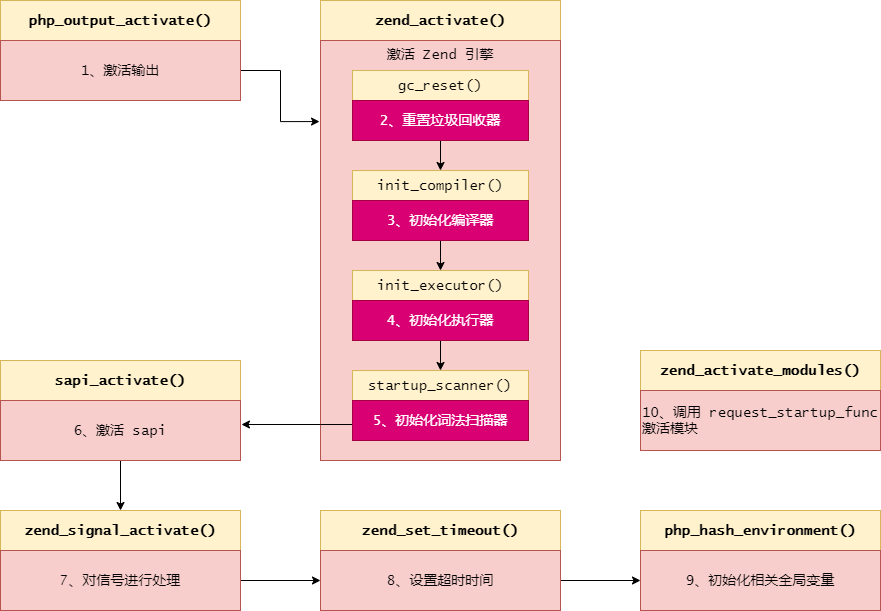
Before: PHP架构.png, a diagram exported from draw.io (350258655/image). Source tidied: cells renumbered, new cells last; positions are measured from the earlier drawing's top-left corner, leaving out a move shared by most shapes.
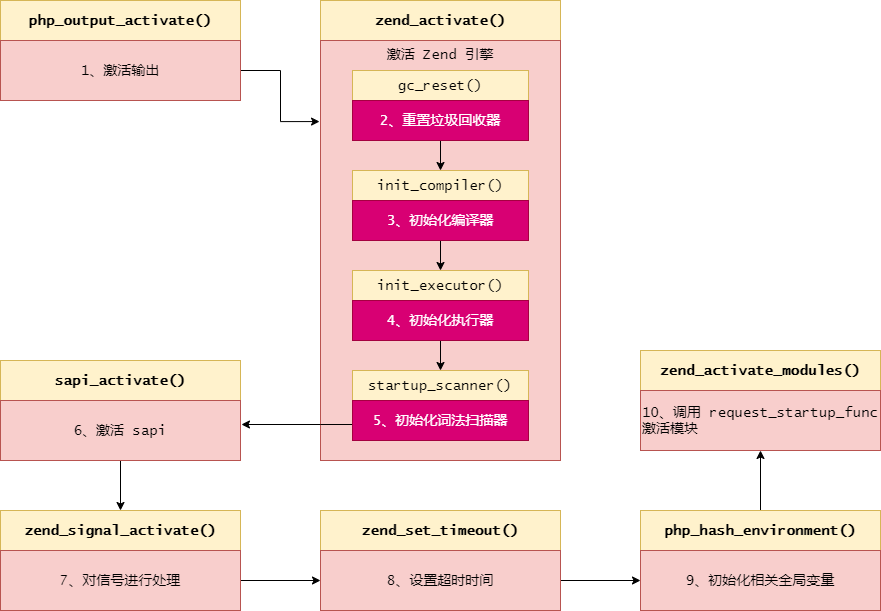
Later version of the same file.

Diff of the diagram source:
```diff
@@ -87,6 +87,9 @@
     <mxCell id="27" value="&lt;div style=&quot;text-align: left&quot;&gt;&lt;span&gt;8、设置超时时间&lt;/span&gt;&lt;/div&gt;" style="rounded=0;whiteSpace=wrap;html=1;fontFamily=Lucida Console;fontSize=14;fillColor=#f8cecc;strokeColor=#b85450;" parent="1" vertex="1">
       <mxGeometry x="320" y="550" width="240" height="60" as="geometry" />
     </mxCell>
+    <mxCell id="32" style="edgeStyle=orthogonalEdgeStyle;rounded=0;jettySize=auto;html=1;fontFamily=Lucida Console;fontSize=14;" parent="1" edge="1" source="28" target="31">
+      <mxGeometry relative="1" as="geometry" />
+    </mxCell>
     <mxCell id="28" value="&lt;b&gt;php_hash_environment()&lt;/b&gt;" style="rounded=0;whiteSpace=wrap;html=1;fontFamily=Lucida Console;fontSize=14;fillColor=#fff2cc;strokeColor=#d6b656;" parent="1" vertex="1">
       <mxGeometry x="640" y="510" width="240" height="40" as="geometry" />
     </mxCell>
```
